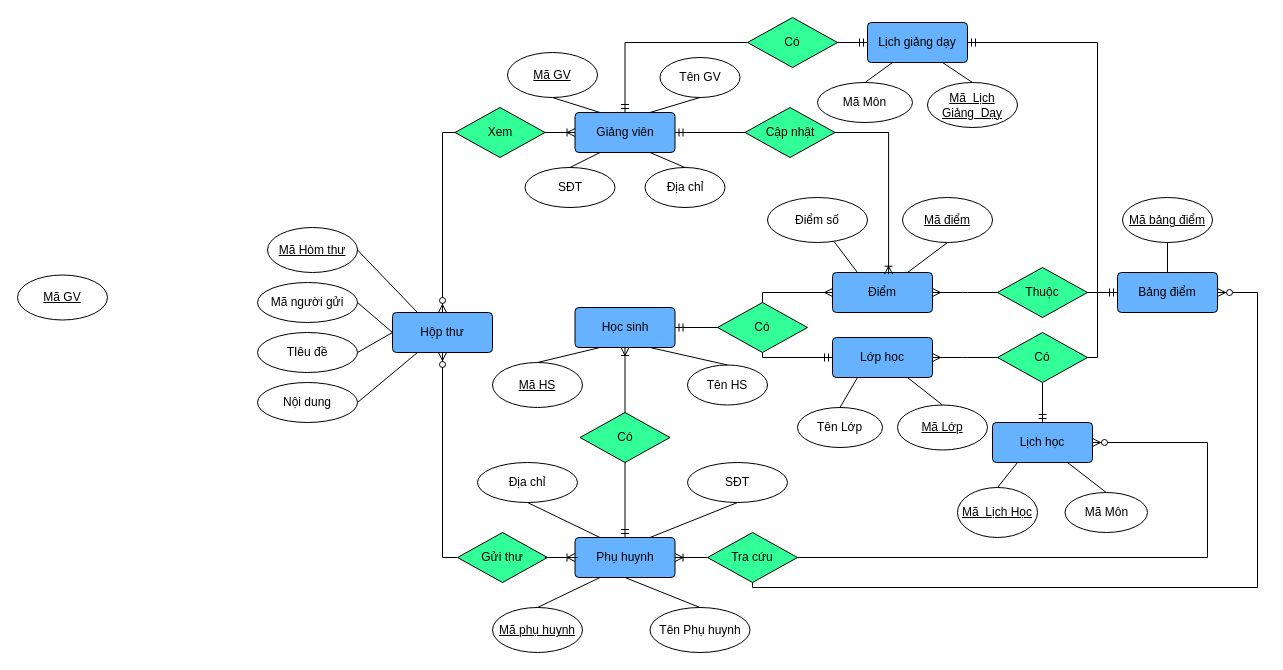
Earlier version of the draw.io diagram Untitled Diagram.drawio (trungvu267/sunny-page). Source tidied: cells renumbered, new cells numbered last; positions are measured from the earlier drawing's top-left corner, leaving out a move shared by most shapes. Both pictures are drawn from the tidied source at 100%, with x=0, y=0 at pixel (17, 17).
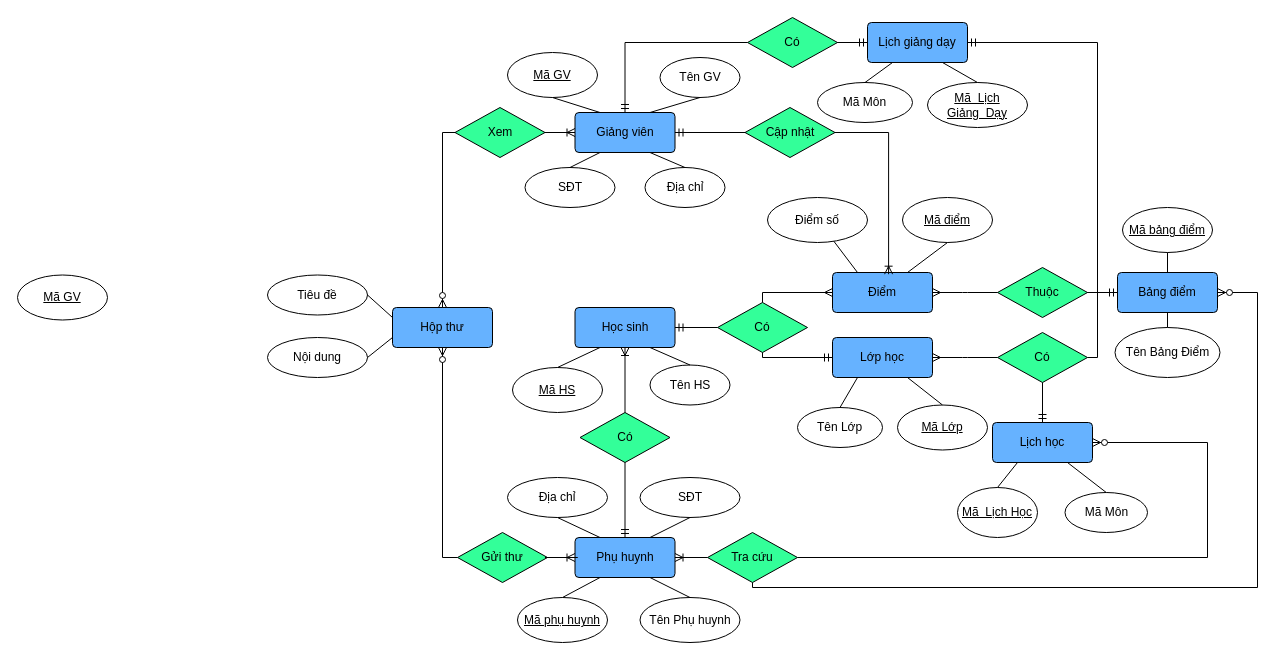
The same diagram, later.

The change refers to these unchanged cells:
```xml
<mxCell id="3" value="Phụ huynh" style="rounded=1;arcSize=10;whiteSpace=wrap;html=1;align=center;fillColor=#66B2FF;" parent="1" vertex="1">
  <mxGeometry x="557.5" y="520" width="100" height="40" as="geometry" />
</mxCell>
<mxCell id="10" value="Bảng điểm" style="rounded=1;arcSize=10;whiteSpace=wrap;html=1;align=center;fillColor=#66B2FF;" parent="1" vertex="1">
  <mxGeometry x="1100" y="255" width="100" height="40" as="geometry" />
</mxCell>
```

Change to the diagram source:
```diff
@@
     <mxCell id="6" value="Hộp thư" style="rounded=1;arcSize=10;whiteSpace=wrap;html=1;align=center;fillColor=#66B2FF;" parent="1" vertex="1">
-      <mxGeometry x="375" y="295" width="100" height="40" as="geometry" />
+      <mxGeometry x="375" y="290" width="100" height="40" as="geometry" />
     </mxCell>
@@
     <mxCell id="28" value="Tên Phụ huynh" style="ellipse;whiteSpace=wrap;html=1;align=center;" parent="1" vertex="1">
-      <mxGeometry x="632.5" y="590" width="100" height="45" as="geometry" />
+      <mxGeometry x="622.5" y="580" width="100" height="45" as="geometry" />
     </mxCell>
     <mxCell id="29" value="Mã phụ huynh" style="ellipse;whiteSpace=wrap;html=1;align=center;fontStyle=4;" parent="1" vertex="1">
-      <mxGeometry x="475" y="590" width="90" height="45" as="geometry" />
+      <mxGeometry x="500" y="580" width="90" height="45" as="geometry" />
     </mxCell>
@@
     <mxCell id="35" value="Mã HS" style="ellipse;whiteSpace=wrap;html=1;align=center;fontStyle=4;" parent="1" vertex="1">
-      <mxGeometry x="475" y="345" width="90" height="45" as="geometry" />
+      <mxGeometry x="495" y="350" width="90" height="45" as="geometry" />
     </mxCell>
     <mxCell id="36" value="Tên HS" style="ellipse;whiteSpace=wrap;html=1;align=center;" parent="1" vertex="1">
-      <mxGeometry x="670" y="347.5" width="80" height="40" as="geometry" />
+      <mxGeometry x="632.5" y="347.5" width="80" height="40" as="geometry" />
     </mxCell>
@@
     <mxCell id="40" value="Địa chỉ" style="ellipse;whiteSpace=wrap;html=1;align=center;" parent="1" vertex="1">
-      <mxGeometry x="460" y="445" width="100" height="40" as="geometry" />
+      <mxGeometry x="490" y="460" width="100" height="40" as="geometry" />
     </mxCell>
@@
-    <mxCell id="42" style="endArrow=none;html=1;rounded=0;entryX=0.5;entryY=1;entryDx=0;entryDy=0;exitX=0.5;exitY=0;exitDx=0;exitDy=0;" parent="1" edge="1" source="28" target="3">
+    <mxCell id="42" style="endArrow=none;html=1;rounded=0;exitX=0.5;exitY=0;exitDx=0;exitDy=0;entryX=0.75;entryY=1;entryDx=0;entryDy=0;" parent="1" edge="1" source="28" target="3">
       <mxGeometry relative="1" as="geometry" />
     </mxCell>
@@
     <mxCell id="44" value="Nội dung" style="ellipse;whiteSpace=wrap;html=1;align=center;" parent="1" vertex="1">
-      <mxGeometry x="240" y="365" width="100" height="40" as="geometry" />
+      <mxGeometry x="250" y="320" width="100" height="40" as="geometry" />
     </mxCell>
-    <mxCell id="45" value="TIêu đề" style="ellipse;whiteSpace=wrap;html=1;align=center;" parent="1" vertex="1">
-      <mxGeometry x="240" y="315" width="100" height="40" as="geometry" />
+    <mxCell id="45" value="Tiêu đề" style="ellipse;whiteSpace=wrap;html=1;align=center;" parent="1" vertex="1">
+      <mxGeometry x="250" y="257.5" width="100" height="40" as="geometry" />
     </mxCell>
-    <mxCell id="46" value="Mã người gửi" style="ellipse;whiteSpace=wrap;html=1;align=center;" parent="1" vertex="1">
-      <mxGeometry x="240" y="265" width="100" height="40" as="geometry" />
-    </mxCell>
-    <mxCell id="47" value="Mã Hòm thư" style="ellipse;whiteSpace=wrap;html=1;align=center;fontStyle=4;" parent="1" vertex="1">
-      <mxGeometry x="250" y="210" width="90" height="45" as="geometry" />
-    </mxCell>
-    <mxCell id="48" style="endArrow=none;html=1;rounded=0;entryX=1;entryY=0.5;entryDx=0;entryDy=0;exitX=0.25;exitY=0;exitDx=0;exitDy=0;" parent="1" edge="1" source="6" target="47">
-      <mxGeometry relative="1" as="geometry" />
-    </mxCell>
-    <mxCell id="49" style="endArrow=none;html=1;rounded=0;entryX=0.25;entryY=1;entryDx=0;entryDy=0;exitX=1;exitY=0.5;exitDx=0;exitDy=0;" parent="1" edge="1" source="44" target="6">
+    <mxCell id="49" style="endArrow=none;html=1;rounded=0;entryX=0;entryY=0.75;entryDx=0;entryDy=0;exitX=1;exitY=0.5;exitDx=0;exitDy=0;" parent="1" edge="1" source="44" target="6">
       <mxGeometry relative="1" as="geometry" />
     </mxCell>
-    <mxCell id="50" style="endArrow=none;html=1;rounded=0;exitX=1;exitY=0.5;exitDx=0;exitDy=0;entryX=0;entryY=0.5;entryDx=0;entryDy=0;" parent="1" edge="1" source="45" target="6">
+    <mxCell id="50" style="endArrow=none;html=1;rounded=0;exitX=1;exitY=0.5;exitDx=0;exitDy=0;entryX=0;entryY=0.25;entryDx=0;entryDy=0;" parent="1" edge="1" source="45" target="6">
       <mxGeometry relative="1" as="geometry" />
     </mxCell>
-    <mxCell id="51" style="endArrow=none;html=1;rounded=0;entryX=0;entryY=0.5;entryDx=0;entryDy=0;exitX=1;exitY=0.5;exitDx=0;exitDy=0;" parent="1" edge="1" source="46" target="6">
-      <mxGeometry relative="1" as="geometry" />
-    </mxCell>
@@
     <mxCell id="57" value="Mã&amp;nbsp; Lịch &lt;br&gt;Giảng&amp;nbsp; Dạy" style="ellipse;whiteSpace=wrap;html=1;align=center;fontStyle=4;" parent="1" vertex="1">
-      <mxGeometry x="910" y="65" width="90" height="45" as="geometry" />
+      <mxGeometry x="910" y="65" width="100" height="45" as="geometry" />
     </mxCell>
@@
     <mxCell id="72" value="Mã bảng điểm" style="ellipse;whiteSpace=wrap;html=1;align=center;fontStyle=4;" parent="1" vertex="1">
-      <mxGeometry x="1105" y="180" width="90" height="45" as="geometry" />
+      <mxGeometry x="1105" y="190" width="90" height="45" as="geometry" />
     </mxCell>
@@
     <mxCell id="76" value="SĐT" style="ellipse;whiteSpace=wrap;html=1;align=center;" parent="1" vertex="1">
-      <mxGeometry x="670" y="445" width="100" height="40" as="geometry" />
+      <mxGeometry x="622.5" y="460" width="100" height="40" as="geometry" />
     </mxCell>
@@
+    <mxCell id="89" style="edgeStyle=orthogonalEdgeStyle;rounded=0;orthogonalLoop=1;jettySize=auto;html=1;exitX=0.5;exitY=1;exitDx=0;exitDy=0;" parent="1" edge="1" source="44" target="44">
+      <mxGeometry relative="1" as="geometry" />
+    </mxCell>
+    <mxCell id="90" value="Tên Bảng Điểm" style="ellipse;whiteSpace=wrap;html=1;align=center;" parent="1" vertex="1">
+      <mxGeometry x="1097.5" y="310" width="105" height="50" as="geometry" />
+    </mxCell>
+    <mxCell id="91" style="endArrow=none;html=1;rounded=0;exitX=0.5;exitY=1;exitDx=0;exitDy=0;entryX=0.5;entryY=0;entryDx=0;entryDy=0;" parent="1" edge="1" source="10" target="90">
+      <mxGeometry relative="1" as="geometry" />
+    </mxCell>
```
